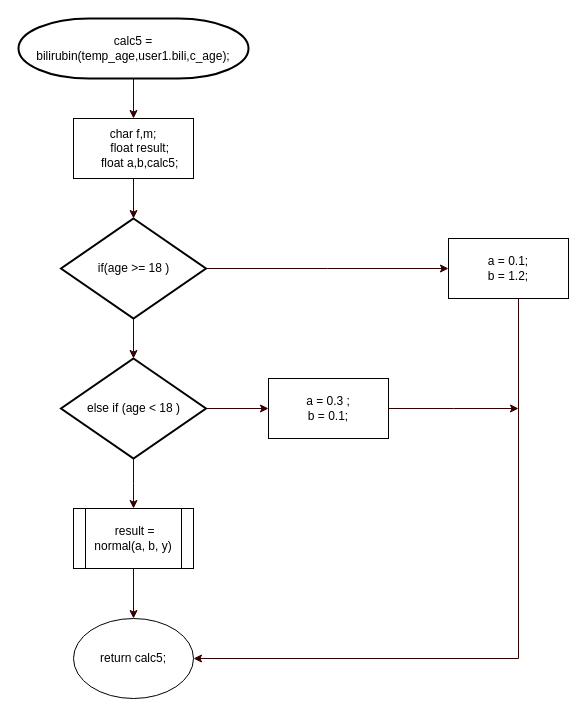
The draw.io diagram page "calc5" (11 of 21) of Untitled Diagram.drawio in osamu296/anemia-risk-detector-cdio, before the edit. Source tidied: cells renumbered, new cells numbered last; positions are measured from the earlier drawing's top-left corner, leaving out a move shared by most shapes. Both pictures are drawn from the tidied source at 100%, with x=0, y=0 at pixel (18, 18).
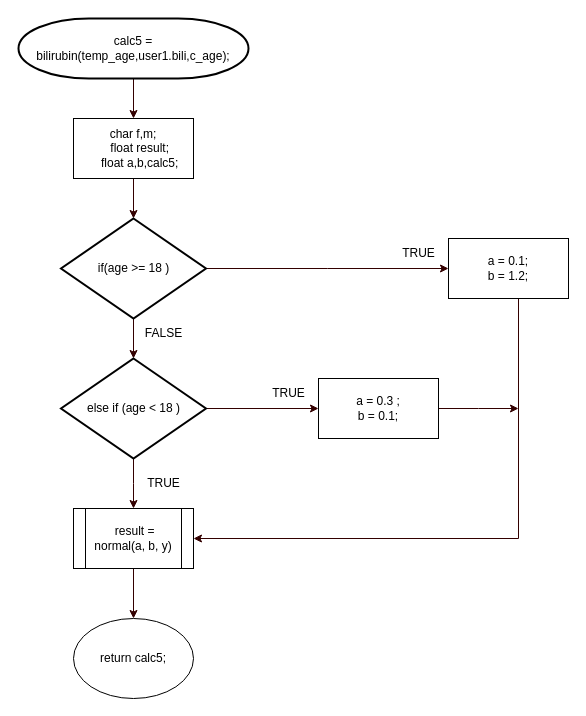
The same diagram, later.

Unchanged cells that the change refers to:
```xml
<mxCell id="15" value="&lt;div&gt;a = 0.1;&lt;/div&gt;&lt;div&gt;b = 1.2;&lt;/div&gt;" style="whiteSpace=wrap;html=1;rounded=0;strokeColor=default;fontFamily=Helvetica;fontSize=12;fontColor=default;fillColor=default;" parent="1" vertex="1">
  <mxGeometry x="430" y="220" width="120" height="60" as="geometry" />
</mxCell>
<mxCell id="17" value="&amp;nbsp;result = normal(a, b, y)" style="shape=process;whiteSpace=wrap;html=1;backgroundOutline=1;rounded=0;strokeColor=default;fontFamily=Helvetica;fontSize=12;fontColor=default;fillColor=default;" parent="1" vertex="1">
  <mxGeometry x="55" y="490" width="120" height="60" as="geometry" />
</mxCell>
<mxCell id="18" value="return calc5;" style="ellipse;whiteSpace=wrap;html=1;rounded=0;strokeColor=default;fontFamily=Helvetica;fontSize=12;fontColor=default;fillColor=default;" parent="1" vertex="1">
  <mxGeometry x="55" y="600" width="120" height="80" as="geometry" />
</mxCell>
```

Diff of the diagram source:
```diff
@@
     <mxCell id="13" value="&lt;div&gt;a = 0.3 ;&lt;/div&gt;&lt;div&gt;&lt;span style=&quot;background-color: initial;&quot;&gt;b = 0.1;&lt;/span&gt;&lt;/div&gt;" style="whiteSpace=wrap;html=1;rounded=0;strokeColor=default;fontFamily=Helvetica;fontSize=12;fontColor=default;fillColor=default;" parent="1" vertex="1">
-      <mxGeometry x="250" y="360" width="120" height="60" as="geometry" />
+      <mxGeometry x="300" y="360" width="120" height="60" as="geometry" />
     </mxCell>
-    <mxCell id="14" style="edgeStyle=orthogonalEdgeStyle;rounded=0;jettySize=auto;html=1;entryX=1;entryY=0.5;entryDx=0;entryDy=0;strokeColor=#330000;fontFamily=Helvetica;fontSize=12;fontColor=default;fillColor=#33FF33;" parent="1" edge="1" source="15" target="18">
+    <mxCell id="14" style="edgeStyle=orthogonalEdgeStyle;rounded=0;jettySize=auto;html=1;entryX=1;entryY=0.5;entryDx=0;entryDy=0;strokeColor=#330000;fontFamily=Helvetica;fontSize=12;fontColor=default;fillColor=#33FF33;" parent="1" edge="1" source="15" target="17">
       <mxGeometry relative="1" as="geometry">
         <Array as="points">
-          <mxPoint x="500" y="640" />
+          <mxPoint x="500" y="520" />
         </Array>
       </mxGeometry>
     </mxCell>
@@
+    <mxCell id="19" value="TRUE" style="text;html=1;align=center;verticalAlign=middle;strokeColor=none;fillColor=none;fontSize=12;fontFamily=Helvetica;fontColor=default;" parent="1" vertex="1">
+      <mxGeometry x="370" y="220" width="60" height="30" as="geometry" />
+    </mxCell>
+    <mxCell id="20" value="FALSE" style="text;html=1;align=center;verticalAlign=middle;strokeColor=none;fillColor=none;fontSize=12;fontFamily=Helvetica;fontColor=default;" parent="1" vertex="1">
+      <mxGeometry x="115" y="300" width="60" height="30" as="geometry" />
+    </mxCell>
+    <mxCell id="21" value="TRUE" style="text;html=1;align=center;verticalAlign=middle;strokeColor=none;fillColor=none;fontSize=12;fontFamily=Helvetica;fontColor=default;" parent="1" vertex="1">
+      <mxGeometry x="240" y="360" width="60" height="30" as="geometry" />
+    </mxCell>
+    <mxCell id="22" value="TRUE" style="text;html=1;align=center;verticalAlign=middle;strokeColor=none;fillColor=none;fontSize=12;fontFamily=Helvetica;fontColor=default;" parent="1" vertex="1">
+      <mxGeometry x="115" y="450" width="60" height="30" as="geometry" />
+    </mxCell>
```
